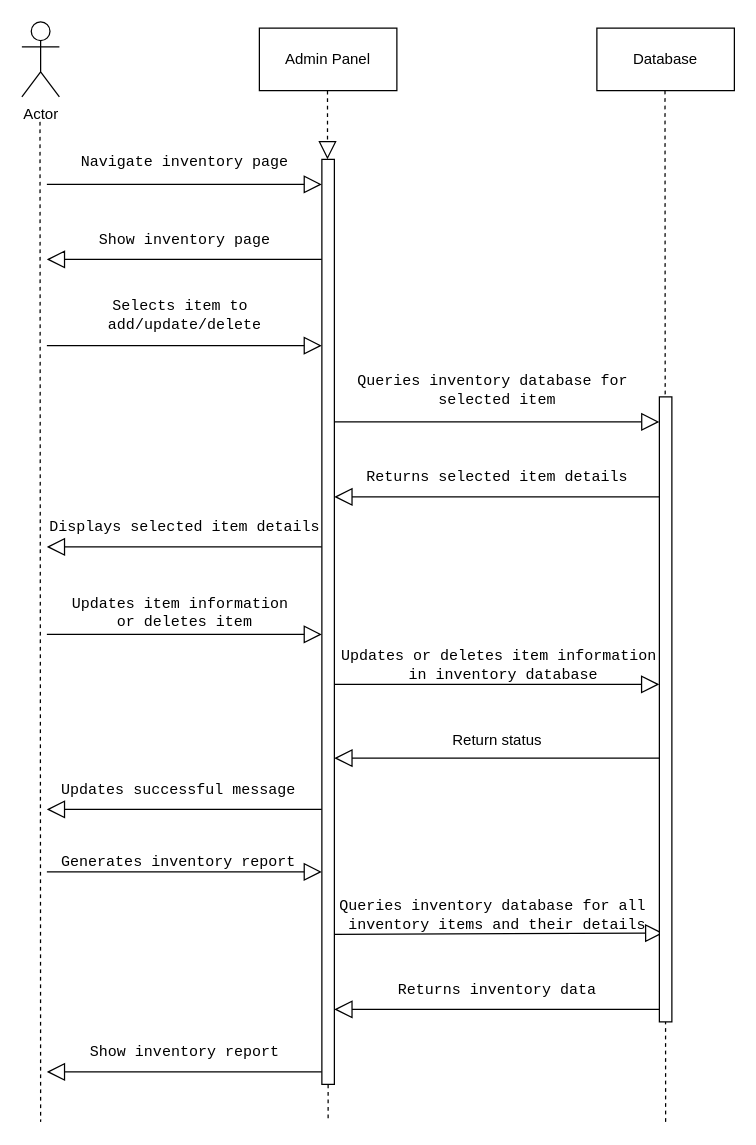
The draw.io diagram inventary diagram.drawio in CodeSithum/sequencediagram, before the edit. Source tidied: cells renumbered, new cells numbered last; positions are measured from the earlier drawing's top-left corner, leaving out a move shared by most shapes. Both pictures are drawn from the tidied source at 125%, with x=0, y=0 at pixel (21, 21).
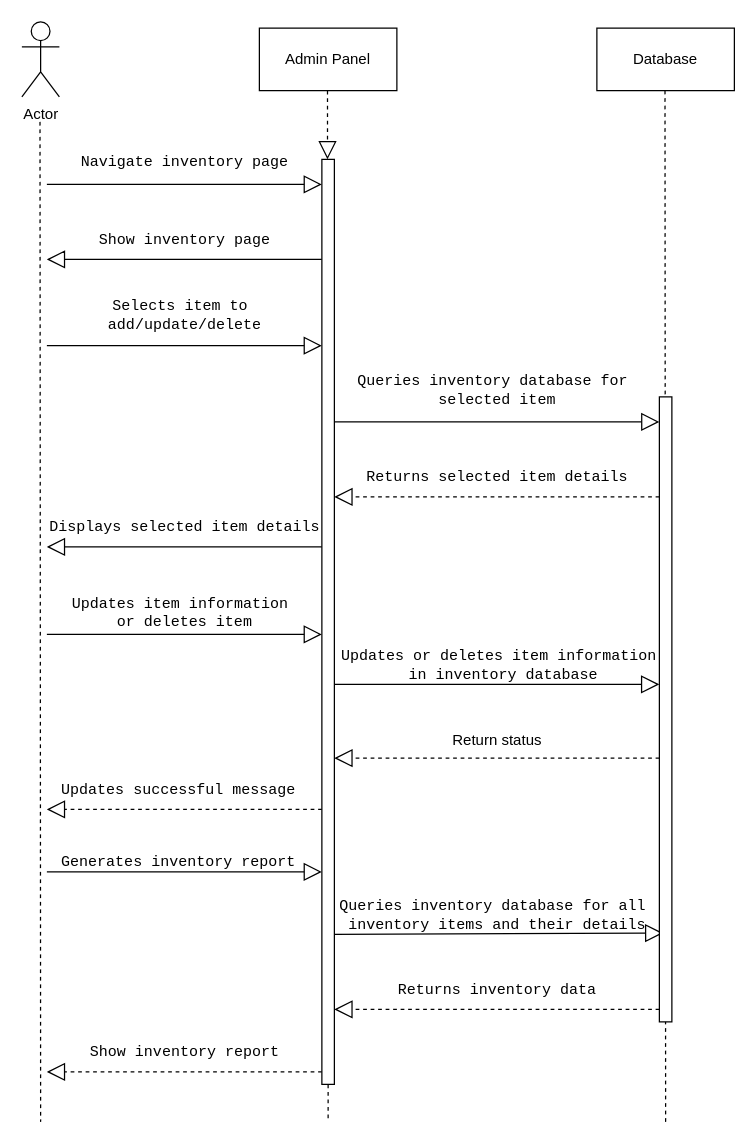
Above is the later version.

Diff of the diagram source:
```diff
@@
-    <mxCell id="26" style="endArrow=block;endFill=0;endSize=12;html=1;rounded=0;" parent="1" edge="1">
+    <mxCell id="26" style="endArrow=block;endFill=0;endSize=12;html=1;rounded=0;dashed=1;" parent="1" edge="1">
       <mxGeometry relative="1" as="geometry">
         <mxPoint x="510" y="380" as="sourcePoint" />
         <mxPoint x="250" y="380" as="targetPoint" />
       </mxGeometry>
     </mxCell>
@@
-    <mxCell id="30" style="endArrow=block;endFill=0;endSize=12;html=1;rounded=0;" parent="1" edge="1">
+    <mxCell id="30" style="endArrow=block;endFill=0;endSize=12;html=1;rounded=0;dashed=1;" parent="1" edge="1">
       <mxGeometry relative="1" as="geometry">
         <mxPoint x="510" y="589" as="sourcePoint" />
         <mxPoint x="250" y="589" as="targetPoint" />
       </mxGeometry>
     </mxCell>
-    <mxCell id="31" style="endArrow=block;endFill=0;endSize=12;html=1;rounded=0;" parent="1" edge="1">
+    <mxCell id="31" style="endArrow=block;endFill=0;endSize=12;html=1;rounded=0;dashed=1;" parent="1" edge="1">
       <mxGeometry relative="1" as="geometry">
         <mxPoint x="240" y="630" as="sourcePoint" />
         <mxPoint x="20" y="630" as="targetPoint" />
       </mxGeometry>
     </mxCell>
@@
-    <mxCell id="34" style="endArrow=block;endFill=0;endSize=12;html=1;rounded=0;" parent="1" edge="1">
+    <mxCell id="34" style="endArrow=block;endFill=0;endSize=12;html=1;rounded=0;dashed=1;" parent="1" edge="1">
       <mxGeometry relative="1" as="geometry">
         <mxPoint x="510" y="790" as="sourcePoint" />
         <mxPoint x="250" y="790" as="targetPoint" />
       </mxGeometry>
     </mxCell>
-    <mxCell id="35" style="endArrow=block;endFill=0;endSize=12;html=1;rounded=0;" parent="1" edge="1">
+    <mxCell id="35" style="endArrow=block;endFill=0;endSize=12;html=1;rounded=0;dashed=1;" parent="1" edge="1">
       <mxGeometry relative="1" as="geometry">
         <mxPoint x="240" y="840" as="sourcePoint" />
         <mxPoint x="20" y="840" as="targetPoint" />
       </mxGeometry>
     </mxCell>
```
